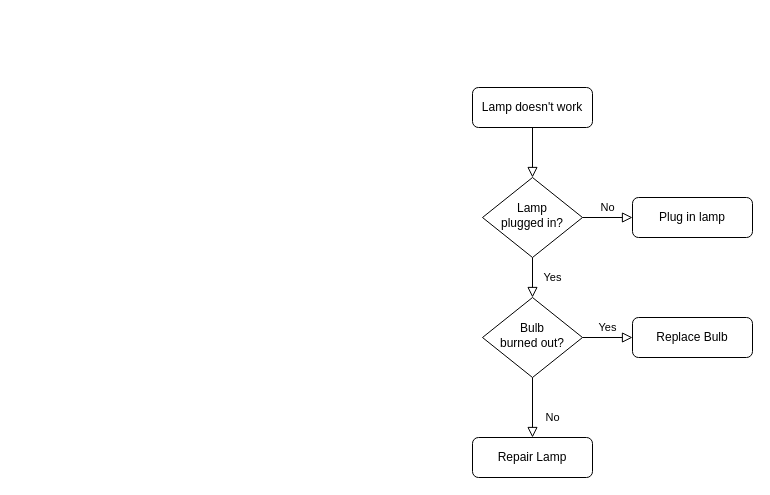
The draw.io diagram Untitled Diagram.drawio in Trahyns/homework, before the edit. Source tidied: cells renumbered, new cells numbered last; positions are measured from the earlier drawing's top-left corner, leaving out a move shared by most shapes. Both pictures are drawn from the tidied source at 100%, with x=0, y=0 at pixel (472, 87).
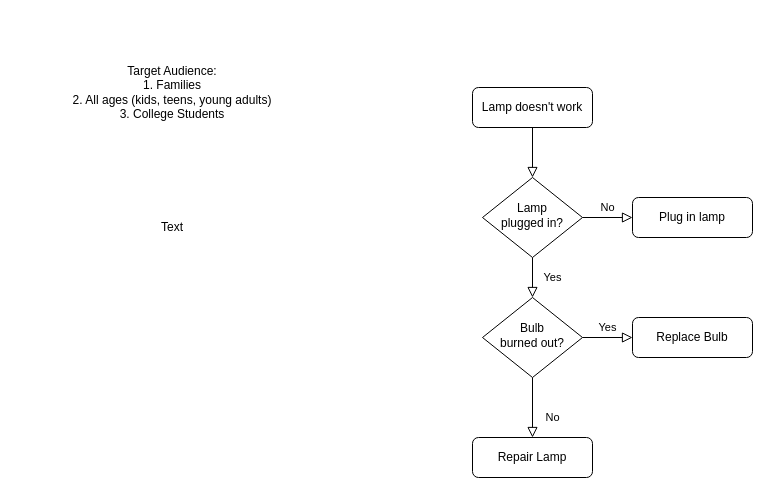
The same diagram, later.

Change to the diagram source:
```diff
@@
 <mxGraphModel>
   <root>
     <mxCell id="0" />
     <mxCell id="1" parent="0" />
     <mxCell id="2" style="rounded=0;html=1;jettySize=auto;fontSize=11;endArrow=block;endFill=0;endSize=8;strokeWidth=1;shadow=0;labelBackgroundColor=none;edgeStyle=orthogonalEdgeStyle;" parent="1" edge="1" source="3" target="6">
       <mxGeometry relative="1" as="geometry" />
     </mxCell>
     <mxCell id="3" value="Lamp doesn't work" style="rounded=1;whiteSpace=wrap;html=1;fontSize=12;glass=0;strokeWidth=1;shadow=0;" parent="1" vertex="1">
       <mxGeometry width="120" height="40" as="geometry" />
     </mxCell>
     <mxCell id="4" value="Yes" style="rounded=0;html=1;jettySize=auto;fontSize=11;endArrow=block;endFill=0;endSize=8;strokeWidth=1;shadow=0;labelBackgroundColor=none;edgeStyle=orthogonalEdgeStyle;" parent="1" edge="1" source="6" target="10">
       <mxGeometry y="20" relative="1" as="geometry" />
     </mxCell>
     <mxCell id="5" value="No" style="edgeStyle=orthogonalEdgeStyle;rounded=0;html=1;jettySize=auto;fontSize=11;endArrow=block;endFill=0;endSize=8;strokeWidth=1;shadow=0;labelBackgroundColor=none;" parent="1" edge="1" source="6" target="7">
       <mxGeometry y="10" relative="1" as="geometry" />
     </mxCell>
     <mxCell id="6" value="Lamp&lt;br&gt;plugged in?" style="rhombus;whiteSpace=wrap;html=1;shadow=0;fontFamily=Helvetica;fontSize=12;align=center;strokeWidth=1;spacing=6;spacingTop=-4;" parent="1" vertex="1">
       <mxGeometry x="10" y="90" width="100" height="80" as="geometry" />
     </mxCell>
     <mxCell id="7" value="Plug in lamp" style="rounded=1;whiteSpace=wrap;html=1;fontSize=12;glass=0;strokeWidth=1;shadow=0;" parent="1" vertex="1">
       <mxGeometry x="160" y="110" width="120" height="40" as="geometry" />
     </mxCell>
     <mxCell id="8" value="No" style="rounded=0;html=1;jettySize=auto;fontSize=11;endArrow=block;endFill=0;endSize=8;strokeWidth=1;shadow=0;labelBackgroundColor=none;edgeStyle=orthogonalEdgeStyle;" parent="1" edge="1" source="10" target="11">
       <mxGeometry x="0.33" y="20" relative="1" as="geometry" />
     </mxCell>
     <mxCell id="9" value="Yes" style="edgeStyle=orthogonalEdgeStyle;rounded=0;html=1;jettySize=auto;fontSize=11;endArrow=block;endFill=0;endSize=8;strokeWidth=1;shadow=0;labelBackgroundColor=none;" parent="1" edge="1" source="10" target="12">
       <mxGeometry y="10" relative="1" as="geometry" />
     </mxCell>
     <mxCell id="10" value="Bulb&lt;br&gt;burned out?" style="rhombus;whiteSpace=wrap;html=1;shadow=0;fontFamily=Helvetica;fontSize=12;align=center;strokeWidth=1;spacing=6;spacingTop=-4;" parent="1" vertex="1">
       <mxGeometry x="10" y="210" width="100" height="80" as="geometry" />
     </mxCell>
     <mxCell id="11" value="Repair Lamp" style="rounded=1;whiteSpace=wrap;html=1;fontSize=12;glass=0;strokeWidth=1;shadow=0;" parent="1" vertex="1">
       <mxGeometry y="350" width="120" height="40" as="geometry" />
     </mxCell>
     <mxCell id="12" value="Replace Bulb" style="rounded=1;whiteSpace=wrap;html=1;fontSize=12;glass=0;strokeWidth=1;shadow=0;" parent="1" vertex="1">
       <mxGeometry x="160" y="230" width="120" height="40" as="geometry" />
     </mxCell>
+    <mxCell id="13" value="Target Audience:&lt;br&gt;1. Families&lt;br&gt;2. All ages (kids, teens, young adults)&lt;br&gt;3. College Students" style="text;html=1;strokeColor=none;fillColor=none;align=center;verticalAlign=middle;whiteSpace=wrap;rounded=0;" parent="1" vertex="1">
+      <mxGeometry x="-455" y="-70" width="310" height="150" as="geometry" />
+    </mxCell>
+    <mxCell id="14" value="Text" style="text;html=1;strokeColor=none;fillColor=none;align=center;verticalAlign=middle;whiteSpace=wrap;rounded=0;" parent="1" vertex="1">
+      <mxGeometry x="-320" y="130" width="40" height="20" as="geometry" />
+    </mxCell>
   </root>
 </mxGraphModel>
```
